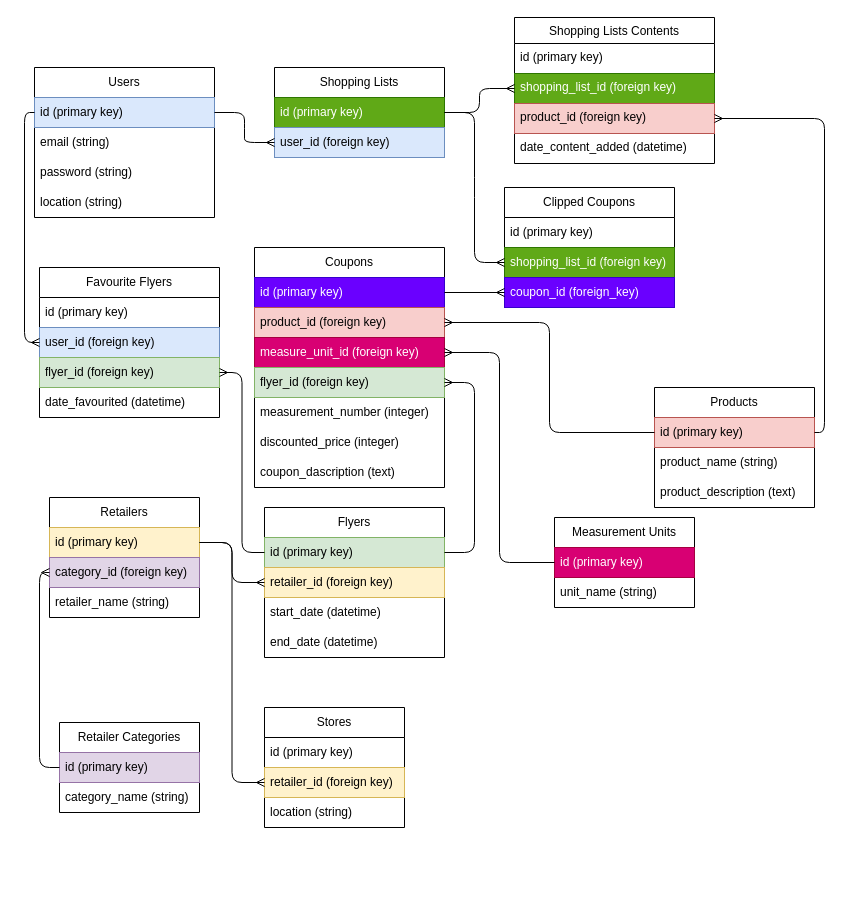
Before: db-schema/relational_data_model.drawio in LaraCroftDev/flipp-app, a draw.io diagram. Source tidied: cells renumbered, new cells numbered last; positions are measured from the earlier drawing's top-left corner, leaving out a move shared by most shapes. Both pictures are drawn from the tidied source at 100%, with x=0, y=0 at pixel (34, 17).
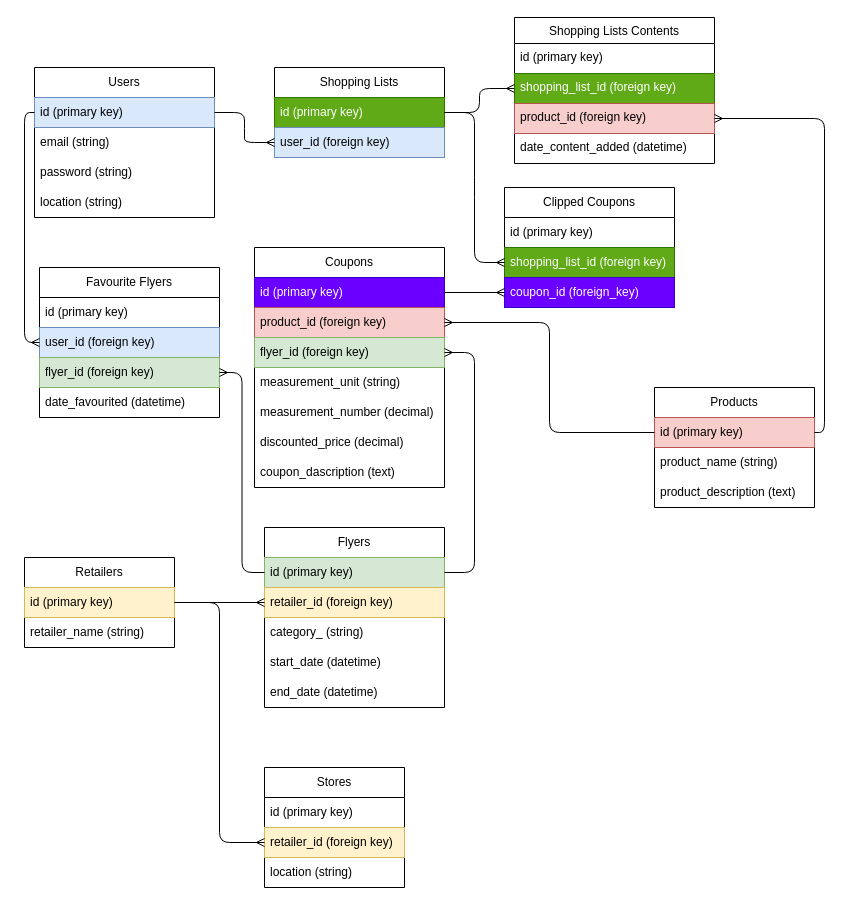
Above is the later version.

Commit message:
updated relational data model

Unchanged cells that the change refers to:
```xml
<mxCell id="30" value="Coupons" style="swimlane;fontStyle=0;horizontal=1;startSize=30;whiteSpace=wrap;html=1;" parent="1" vertex="1">
  <mxGeometry x="220" y="230" width="190" height="240" as="geometry" />
</mxCell>
```

Change to the diagram source:
```diff
@@
     <mxCell id="11" value="Retailers" style="swimlane;fontStyle=0;horizontal=1;startSize=30;whiteSpace=wrap;html=1;" parent="1" vertex="1">
-      <mxGeometry x="15" y="480" width="150" height="120" as="geometry" />
+      <mxGeometry x="-10" y="540" width="150" height="90" as="geometry" />
     </mxCell>
@@
-    <mxCell id="13" value="category_id (foreign key)" style="text;strokeColor=#9673a6;fillColor=#e1d5e7;align=left;verticalAlign=middle;spacingLeft=4;spacingRight=4;overflow=hidden;points=[[0,0.5],[1,0.5]];portConstraint=eastwest;whiteSpace=wrap;html=1;" parent="11" vertex="1">
-      <mxGeometry y="60" width="150" height="30" as="geometry" />
-    </mxCell>
     <mxCell id="14" value="retailer_name (string)" style="text;strokeColor=none;fillColor=none;align=left;verticalAlign=middle;spacingLeft=4;spacingRight=4;overflow=hidden;whiteSpace=wrap;html=1;" parent="11" vertex="1">
-      <mxGeometry y="90" width="150" height="30" as="geometry" />
+      <mxGeometry y="60" width="150" height="30" as="geometry" />
     </mxCell>
     <mxCell id="15" value="Stores" style="swimlane;fontStyle=0;horizontal=1;startSize=30;whiteSpace=wrap;html=1;" parent="1" vertex="1">
-      <mxGeometry x="230" y="690" width="140" height="120" as="geometry" />
+      <mxGeometry x="230" y="750" width="140" height="120" as="geometry" />
     </mxCell>
@@
     <mxCell id="20" value="Flyers" style="swimlane;fontStyle=0;horizontal=1;startSize=30;whiteSpace=wrap;html=1;" parent="1" vertex="1">
-      <mxGeometry x="230" y="490" width="180" height="150" as="geometry" />
+      <mxGeometry x="230" y="510" width="180" height="180" as="geometry" />
     </mxCell>
@@
+    <mxCell id="68" value="category_ (string)" style="text;strokeColor=none;fillColor=none;align=left;verticalAlign=middle;spacingLeft=4;spacingRight=4;overflow=hidden;whiteSpace=wrap;html=1;" parent="20" vertex="1">
+      <mxGeometry y="90" width="180" height="30" as="geometry" />
+    </mxCell>
     <mxCell id="23" value="start_date (datetime)" style="text;strokeColor=none;fillColor=none;align=left;verticalAlign=middle;spacingLeft=4;spacingRight=4;overflow=hidden;whiteSpace=wrap;html=1;" parent="20" vertex="1">
-      <mxGeometry y="90" width="180" height="30" as="geometry" />
+      <mxGeometry y="120" width="180" height="30" as="geometry" />
     </mxCell>
     <mxCell id="24" value="end_date (datetime)" style="text;strokeColor=none;fillColor=none;align=left;verticalAlign=middle;spacingLeft=4;spacingRight=4;overflow=hidden;whiteSpace=wrap;html=1;" parent="20" vertex="1">
-      <mxGeometry y="120" width="180" height="30" as="geometry" />
+      <mxGeometry y="150" width="180" height="30" as="geometry" />
     </mxCell>
@@
-    <mxCell id="33" value="measure_unit_id (foreign key)" style="text;strokeColor=#A50040;fillColor=#d80073;align=left;verticalAlign=middle;spacingLeft=4;spacingRight=4;overflow=hidden;points=[[0,0.5],[1,0.5]];portConstraint=eastwest;whiteSpace=wrap;html=1;fontColor=#ffffff;" parent="30" vertex="1">
-      <mxGeometry y="90" width="190" height="30" as="geometry" />
-    </mxCell>
     <mxCell id="34" value="flyer_id (foreign key)" style="text;strokeColor=#82b366;fillColor=#d5e8d4;align=left;verticalAlign=middle;spacingLeft=4;spacingRight=4;overflow=hidden;points=[[0,0.5],[1,0.5]];portConstraint=eastwest;whiteSpace=wrap;html=1;" parent="30" vertex="1">
-      <mxGeometry y="120" width="190" height="30" as="geometry" />
+      <mxGeometry y="90" width="190" height="30" as="geometry" />
     </mxCell>
-    <mxCell id="35" value="measurement_number (integer)" style="text;strokeColor=none;fillColor=none;align=left;verticalAlign=middle;spacingLeft=4;spacingRight=4;overflow=hidden;whiteSpace=wrap;html=1;" parent="30" vertex="1">
-      <mxGeometry y="150" width="190" height="30" as="geometry" />
+    <mxCell id="35" value="measurement_unit (string)" style="text;strokeColor=none;fillColor=none;align=left;verticalAlign=middle;spacingLeft=4;spacingRight=4;overflow=hidden;whiteSpace=wrap;html=1;" parent="30" vertex="1">
+      <mxGeometry y="120" width="190" height="30" as="geometry" />
     </mxCell>
+    <mxCell id="69" value="measurement_number (decimal)" style="text;strokeColor=none;fillColor=none;align=left;verticalAlign=middle;spacingLeft=4;spacingRight=4;overflow=hidden;whiteSpace=wrap;html=1;" parent="30" vertex="1">
+      <mxGeometry y="150" width="190" height="30" as="geometry" />
+    </mxCell>
-    <mxCell id="36" value="discounted_price (integer)" style="text;strokeColor=none;fillColor=none;align=left;verticalAlign=middle;spacingLeft=4;spacingRight=4;overflow=hidden;whiteSpace=wrap;html=1;" parent="30" vertex="1">
+    <mxCell id="36" value="discounted_price (decimal)" style="text;strokeColor=none;fillColor=none;align=left;verticalAlign=middle;spacingLeft=4;spacingRight=4;overflow=hidden;whiteSpace=wrap;html=1;" parent="30" vertex="1">
       <mxGeometry y="180" width="190" height="30" as="geometry" />
     </mxCell>
@@
-    <mxCell id="39" value="Retailer Categories" style="swimlane;fontStyle=0;horizontal=1;startSize=30;whiteSpace=wrap;html=1;" parent="1" vertex="1">
-      <mxGeometry x="25" y="705" width="140" height="90" as="geometry" />
-    </mxCell>
-    <mxCell id="40" value="id (primary key)" style="text;strokeColor=#9673a6;fillColor=#e1d5e7;align=left;verticalAlign=middle;spacingLeft=4;spacingRight=4;overflow=hidden;whiteSpace=wrap;html=1;" parent="39" vertex="1">
-      <mxGeometry y="30" width="140" height="30" as="geometry" />
-    </mxCell>
-    <mxCell id="41" value="category_name (string)" style="text;strokeColor=none;fillColor=none;align=left;verticalAlign=middle;spacingLeft=4;spacingRight=4;overflow=hidden;whiteSpace=wrap;html=1;" parent="39" vertex="1">
-      <mxGeometry y="60" width="140" height="30" as="geometry" />
-    </mxCell>
-    <mxCell id="42" style="edgeStyle=orthogonalEdgeStyle;fontSize=12;html=1;endArrow=ERmany;exitX=0;exitY=0.5;exitDx=0;exitDy=0;entryX=0;entryY=0.5;entryDx=0;entryDy=0;" parent="1" edge="1" source="39" target="13">
-      <mxGeometry relative="1" as="geometry" />
-    </mxCell>
-    <mxCell id="43" value="Measurement Units" style="swimlane;fontStyle=0;horizontal=1;startSize=30;whiteSpace=wrap;html=1;" parent="1" vertex="1">
-      <mxGeometry x="520" y="500" width="140" height="90" as="geometry" />
-    </mxCell>
-    <mxCell id="44" value="id (primary key)" style="text;strokeColor=#A50040;fillColor=#d80073;align=left;verticalAlign=middle;spacingLeft=4;spacingRight=4;overflow=hidden;whiteSpace=wrap;html=1;fontColor=#ffffff;" parent="43" vertex="1">
-      <mxGeometry y="30" width="140" height="30" as="geometry" />
-    </mxCell>
-    <mxCell id="45" value="unit_name (string)" style="text;strokeColor=none;fillColor=none;align=left;verticalAlign=middle;spacingLeft=4;spacingRight=4;overflow=hidden;whiteSpace=wrap;html=1;" parent="43" vertex="1">
-      <mxGeometry y="60" width="140" height="30" as="geometry" />
-    </mxCell>
-    <mxCell id="46" style="edgeStyle=orthogonalEdgeStyle;fontSize=12;html=1;endArrow=ERmany;entryX=1;entryY=0.5;entryDx=0;entryDy=0;exitX=0;exitY=0.5;exitDx=0;exitDy=0;" parent="1" edge="1" source="43" target="33">
-      <mxGeometry relative="1" as="geometry" />
-    </mxCell>
```
